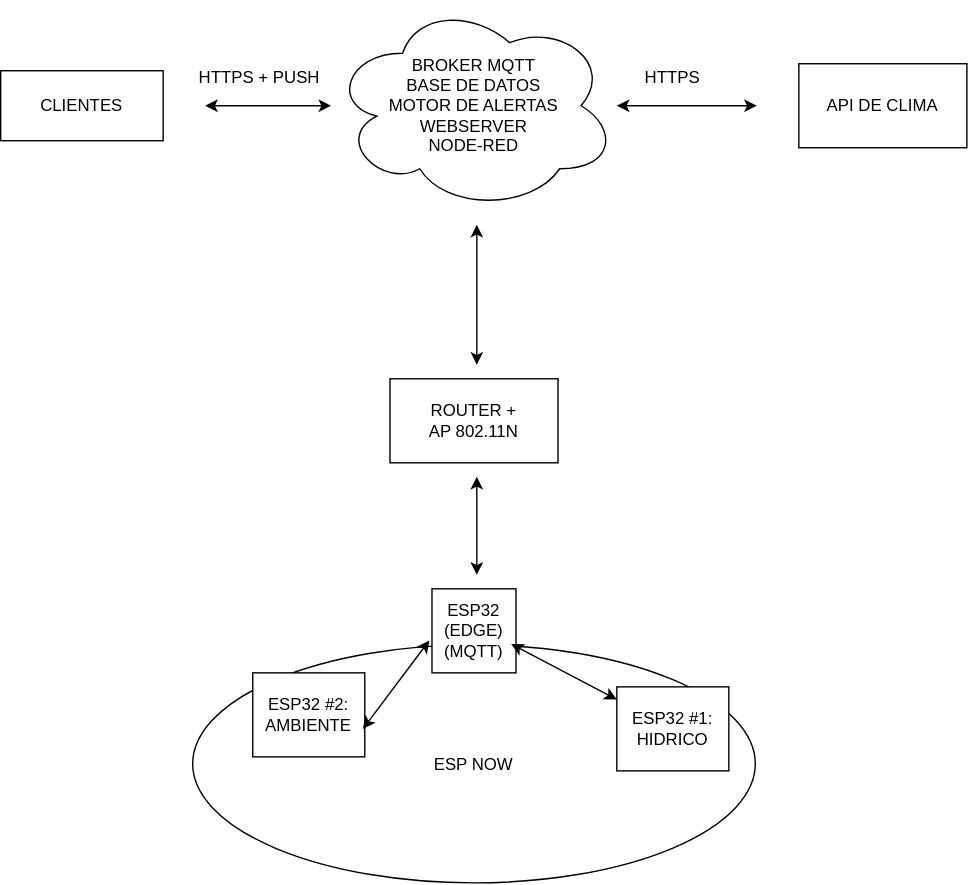
Earlier version of the draw.io export lucianosalgado/arq.svg (zellsito/proxecto_novas_arquitecturas_grupo_5_2627). Source tidied: cells renumbered, new cells last; positions are measured from the earlier drawing's top-left corner, leaving out a move shared by most shapes.
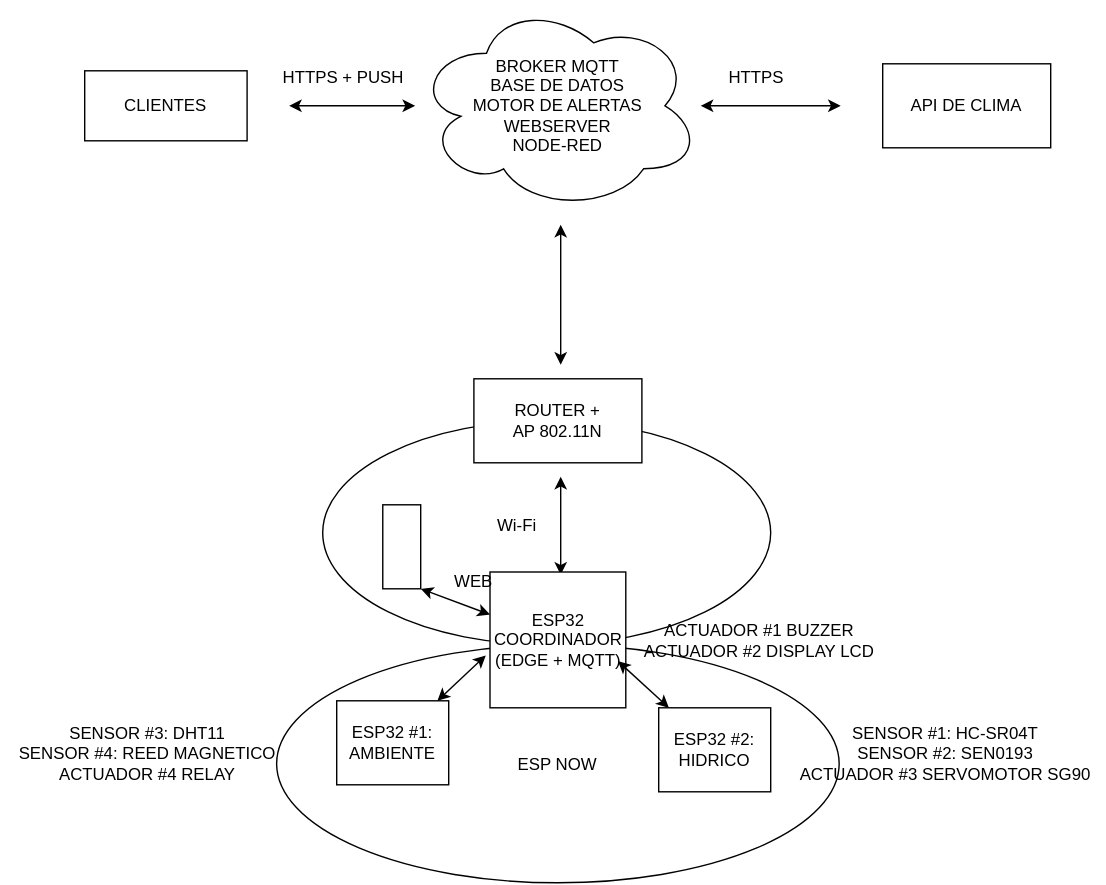
After the change.

What changed in the source:
```diff
@@ -2,6 +2,9 @@
   <root>
     <mxCell id="0" />
     <mxCell id="1" parent="0" />
+    <mxCell id="18" style="ellipse;whiteSpace=wrap;html=1;shapeInside=1;" parent="1" vertex="1">
+      <mxGeometry x="170" y="300" width="320" height="160" as="geometry" />
+    </mxCell>
     <mxCell id="2" value="ESP NOW" style="ellipse;whiteSpace=wrap;html=1;shapeInside=1;" parent="1" vertex="1">
       <mxGeometry x="137.1" y="460" width="401.8" height="170" as="geometry" />
     </mxCell>
@@ -41,19 +44,19 @@
         <mxPoint x="340" y="340" as="targetPoint" />
       </mxGeometry>
     </mxCell>
-    <mxCell id="11" value="ESP32 (EDGE)&lt;div&gt;(MQTT)&lt;/div&gt;" style="whiteSpace=wrap;html=1;" parent="1" vertex="1">
-      <mxGeometry x="308" y="420" width="60" height="60" as="geometry" />
+    <mxCell id="11" value="ESP32 COORDINADOR (EDGE + MQTT)" style="whiteSpace=wrap;html=1;" parent="1" vertex="1">
+      <mxGeometry x="289.5" y="408" width="97" height="97" as="geometry" />
     </mxCell>
-    <mxCell id="12" value="ESP32 #1: HIDRICO" style="rounded=0;whiteSpace=wrap;html=1;" parent="1" vertex="1">
-      <mxGeometry x="440" y="490" width="80" height="60" as="geometry" />
+    <mxCell id="12" value="ESP32 #2: HIDRICO" style="rounded=0;whiteSpace=wrap;html=1;" parent="1" vertex="1">
+      <mxGeometry x="410" y="505" width="80" height="60" as="geometry" />
     </mxCell>
-    <mxCell id="13" value="ESP32 #2: AMBIENTE" style="rounded=0;whiteSpace=wrap;html=1;" parent="1" vertex="1">
-      <mxGeometry x="180" y="480" width="80" height="60" as="geometry" />
+    <mxCell id="13" value="ESP32 #1: AMBIENTE" style="rounded=0;whiteSpace=wrap;html=1;" parent="1" vertex="1">
+      <mxGeometry x="180" y="500" width="80" height="60" as="geometry" />
     </mxCell>
     <mxCell id="14" style="endArrow=classic;startArrow=classic;html=1;rounded=0;defaultLabelBackgroundColor=page;labelPadding=0 4;entryX=0.942;entryY=0.656;entryDx=0;entryDy=0;entryPerimeter=0;" parent="1" edge="1" source="12" target="11">
       <mxGeometry relative="1" as="geometry" />
     </mxCell>
-    <mxCell id="15" style="endArrow=classic;startArrow=classic;html=1;rounded=0;defaultLabelBackgroundColor=page;labelPadding=0 4;exitX=0.983;exitY=0.669;exitDx=0;exitDy=0;exitPerimeter=0;entryX=-0.031;entryY=0.614;entryDx=0;entryDy=0;entryPerimeter=0;" parent="1" edge="1" source="13" target="11">
+    <mxCell id="15" style="endArrow=classic;startArrow=classic;html=1;rounded=0;defaultLabelBackgroundColor=page;labelPadding=0 4;entryX=-0.031;entryY=0.614;entryDx=0;entryDy=0;entryPerimeter=0;" parent="1" edge="1" source="13" target="11">
       <mxGeometry relative="1" as="geometry" />
     </mxCell>
     <mxCell id="16" value="HTTPS + PUSH" style="text;html=1;whiteSpace=wrap;strokeColor=none;fillColor=none;align=center;verticalAlign=middle;rounded=0;" parent="1" vertex="1">
@@ -62,5 +65,26 @@
     <mxCell id="17" value="HTTPS" style="text;html=1;whiteSpace=wrap;strokeColor=none;fillColor=none;align=center;verticalAlign=middle;rounded=0;" parent="1" vertex="1">
       <mxGeometry x="450" y="40" width="60" height="30" as="geometry" />
     </mxCell>
+    <mxCell id="19" style="rounded=0;whiteSpace=wrap;html=1;" parent="1" vertex="1">
+      <mxGeometry x="212.9" y="360" width="27.1" height="60" as="geometry" />
+    </mxCell>
+    <mxCell id="20" style="endArrow=classic;startArrow=classic;html=1;rounded=0;defaultLabelBackgroundColor=page;labelPadding=0 4;entryX=1;entryY=1;entryDx=0;entryDy=0;" parent="1" edge="1" source="11" target="19">
+      <mxGeometry relative="1" as="geometry" />
+    </mxCell>
+    <mxCell id="21" value="WEB" style="text;html=1;whiteSpace=wrap;strokeColor=none;fillColor=none;align=center;verticalAlign=middle;rounded=0;" parent="1" vertex="1">
+      <mxGeometry x="248" y="400" width="60" height="30" as="geometry" />
+    </mxCell>
+    <mxCell id="22" value="ACTUADOR #1 BUZZER&lt;br&gt;ACTUADOR #2 DISPLAY LCD" style="text;html=1;whiteSpace=wrap;strokeColor=none;fillColor=none;align=center;verticalAlign=middle;rounded=0;" parent="1" vertex="1">
+      <mxGeometry x="386.5" y="436.5" width="190" height="40" as="geometry" />
+    </mxCell>
+    <mxCell id="23" value="SENSOR #1: HC-SR04T&lt;div&gt;SENSOR #2: SEN0193&lt;br&gt;ACTUADOR #3 SERVOMOTOR SG90&lt;/div&gt;&lt;div&gt;&lt;br&gt;&lt;/div&gt;" style="text;html=1;whiteSpace=wrap;strokeColor=none;fillColor=none;align=center;verticalAlign=middle;rounded=0;" parent="1" vertex="1">
+      <mxGeometry x="500" y="510" width="230" height="70" as="geometry" />
+    </mxCell>
+    <mxCell id="24" value="SENSOR #3: DHT11&lt;div&gt;SENSOR #4: REED MAGNETICO&lt;br&gt;ACTUADOR #4 RELAY&lt;/div&gt;&lt;div&gt;&lt;br&gt;&lt;/div&gt;" style="text;html=1;whiteSpace=wrap;strokeColor=none;fillColor=none;align=center;verticalAlign=middle;rounded=0;" parent="1" vertex="1">
+      <mxGeometry x="-60" y="510" width="210" height="70" as="geometry" />
+    </mxCell>
+    <mxCell id="25" value="Wi-Fi" style="text;html=1;whiteSpace=wrap;strokeColor=none;fillColor=none;align=center;verticalAlign=middle;rounded=0;" parent="1" vertex="1">
+      <mxGeometry x="284" y="360" width="50" height="30" as="geometry" />
+    </mxCell>
   </root>
 </mxGraphModel>
```
